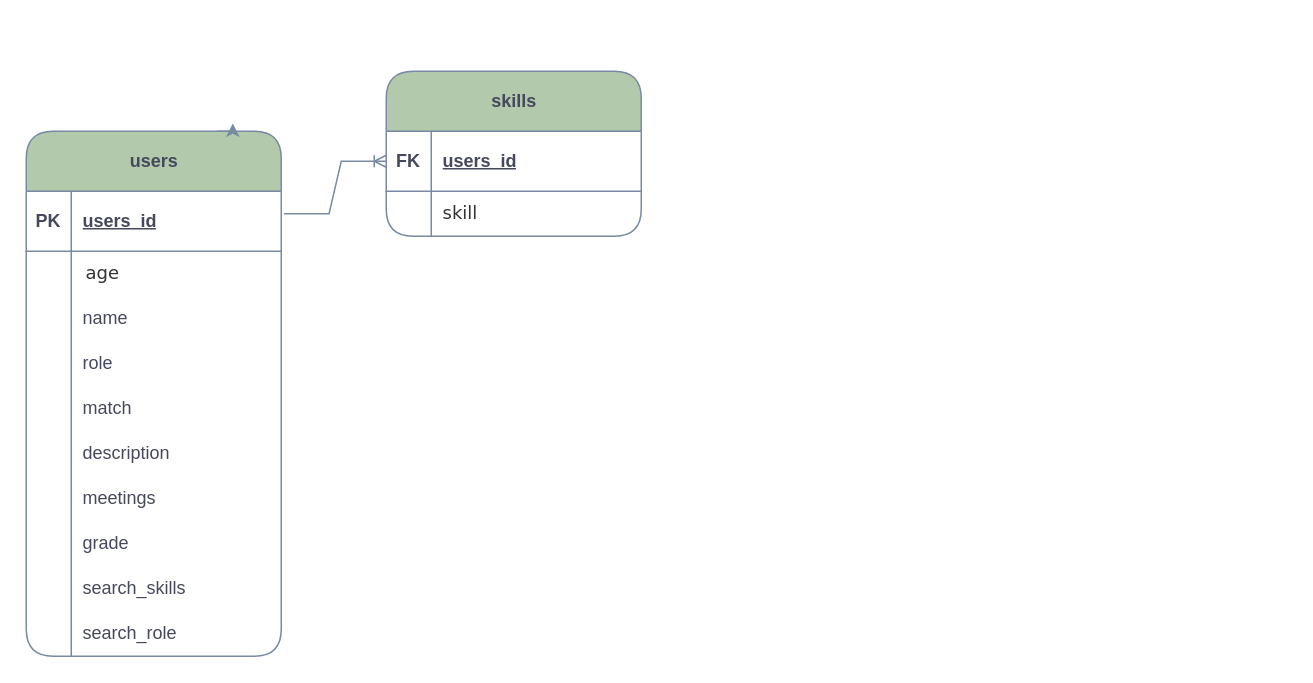
Earlier version of the draw.io diagram Диаграмма без названия.drawio (moroshma/random-cofee-bot-for-students). Source tidied: cells renumbered, new cells numbered last; positions are measured from the earlier drawing's top-left corner, leaving out a move shared by most shapes. Both pictures are drawn from the tidied source at 150%, with x=0, y=0 at pixel (26, 70).
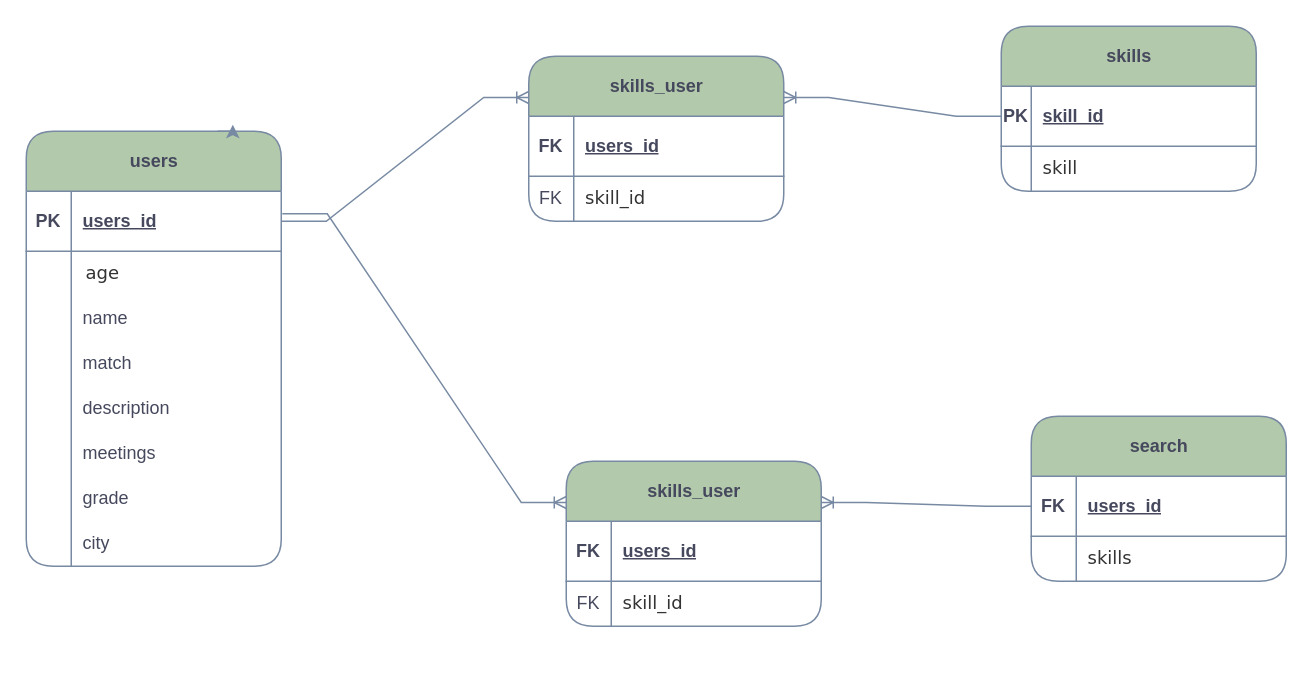
Above is the later version.

Commit message:
добавлена связь n:m.drawio

Unchanged cells that the change refers to:
```xml
<mxCell id="3" style="shape=tableRow;horizontal=0;startSize=0;swimlaneHead=0;swimlaneBody=0;fillColor=none;points=[[0,0.5],[1,0.5]];portConstraint=eastwest;top=0;left=0;right=0;bottom=1;rounded=1;labelBackgroundColor=none;strokeColor=#788AA3;fontColor=#46495D;" parent="2" vertex="1">
  <mxGeometry y="40" width="170" height="40" as="geometry" />
</mxCell>
<mxCell id="34" style="shape=tableRow;horizontal=0;startSize=0;swimlaneHead=0;swimlaneBody=0;fillColor=none;points=[[0,0.5],[1,0.5]];portConstraint=eastwest;top=0;left=0;right=0;bottom=1;rounded=1;labelBackgroundColor=none;strokeColor=#788AA3;fontColor=#46495D;" parent="33" vertex="1">
  <mxGeometry y="40" width="170" height="40" as="geometry" />
</mxCell>
<mxCell id="37" style="shape=tableRow;horizontal=0;startSize=0;swimlaneHead=0;swimlaneBody=0;fillColor=none;top=0;left=0;right=0;bottom=0;rounded=1;labelBackgroundColor=none;strokeColor=#788AA3;fontColor=#46495D;" parent="33" vertex="1">
  <mxGeometry y="80" width="170" height="30" as="geometry" />
</mxCell>
```

The edit, as a diff of the source:
```diff
@@
     <mxCell id="2" value="users" style="shape=table;startSize=40;childLayout=tableLayout;rowLines=0;fontStyle=1;align=center;html=1;rounded=1;labelBackgroundColor=none;fillColor=#B2C9AB;strokeColor=#788AA3;fontColor=#46495D;" parent="1" vertex="1">
-      <mxGeometry y="40" width="170" height="350" as="geometry" />
+      <mxGeometry y="40" width="170" height="290" as="geometry" />
     </mxCell>
@@
-    <mxCell id="12" style="shape=tableRow;horizontal=0;startSize=0;swimlaneHead=0;swimlaneBody=0;fillColor=none;top=0;left=0;right=0;bottom=0;rounded=1;labelBackgroundColor=none;strokeColor=#788AA3;fontColor=#46495D;" parent="2" vertex="1">
-      <mxGeometry y="140" width="170" height="30" as="geometry" />
-    </mxCell>
-    <mxCell id="13" style="shape=partialRectangle;fillColor=none;top=0;left=0;bottom=0;right=0;overflow=hidden;whiteSpace=wrap;html=1;rounded=1;labelBackgroundColor=none;strokeColor=#788AA3;fontColor=#46495D;" parent="12" vertex="1">
-      <mxGeometry width="30" height="30" as="geometry" />
-    </mxCell>
-    <mxCell id="14" value="role" style="shape=partialRectangle;fillColor=none;top=0;left=0;bottom=0;right=0;align=left;spacingLeft=6;overflow=hidden;whiteSpace=wrap;html=1;rounded=1;labelBackgroundColor=none;strokeColor=#788AA3;fontColor=#46495D;" parent="12" vertex="1">
-      <mxGeometry x="30" width="140" height="30" as="geometry" />
-    </mxCell>
     <mxCell id="15" style="shape=tableRow;horizontal=0;startSize=0;swimlaneHead=0;swimlaneBody=0;fillColor=none;top=0;left=0;right=0;bottom=0;rounded=1;labelBackgroundColor=none;strokeColor=#788AA3;fontColor=#46495D;" parent="2" vertex="1">
-      <mxGeometry y="170" width="170" height="30" as="geometry" />
+      <mxGeometry y="140" width="170" height="30" as="geometry" />
     </mxCell>
@@
     <mxCell id="18" style="shape=tableRow;horizontal=0;startSize=0;swimlaneHead=0;swimlaneBody=0;fillColor=none;top=0;left=0;right=0;bottom=0;rounded=1;labelBackgroundColor=none;strokeColor=#788AA3;fontColor=#46495D;" parent="2" vertex="1">
-      <mxGeometry y="200" width="170" height="30" as="geometry" />
+      <mxGeometry y="170" width="170" height="30" as="geometry" />
     </mxCell>
@@
     <mxCell id="21" style="shape=tableRow;horizontal=0;startSize=0;swimlaneHead=0;swimlaneBody=0;fillColor=none;top=0;left=0;right=0;bottom=0;rounded=1;labelBackgroundColor=none;strokeColor=#788AA3;fontColor=#46495D;" parent="2" vertex="1">
-      <mxGeometry y="230" width="170" height="30" as="geometry" />
+      <mxGeometry y="200" width="170" height="30" as="geometry" />
     </mxCell>
@@
     <mxCell id="24" style="shape=tableRow;horizontal=0;startSize=0;swimlaneHead=0;swimlaneBody=0;fillColor=none;top=0;left=0;right=0;bottom=0;rounded=1;labelBackgroundColor=none;strokeColor=#788AA3;fontColor=#46495D;" parent="2" vertex="1">
-      <mxGeometry y="260" width="170" height="30" as="geometry" />
+      <mxGeometry y="230" width="170" height="30" as="geometry" />
     </mxCell>
@@
-    <mxCell id="27" style="shape=tableRow;horizontal=0;startSize=0;swimlaneHead=0;swimlaneBody=0;fillColor=none;top=0;left=0;right=0;bottom=0;rounded=1;labelBackgroundColor=none;strokeColor=#788AA3;fontColor=#46495D;" parent="2" vertex="1">
-      <mxGeometry y="290" width="170" height="30" as="geometry" />
-    </mxCell>
-    <mxCell id="28" style="shape=partialRectangle;fillColor=none;top=0;left=0;bottom=0;right=0;overflow=hidden;whiteSpace=wrap;html=1;rounded=1;labelBackgroundColor=none;strokeColor=#788AA3;fontColor=#46495D;" parent="27" vertex="1">
-      <mxGeometry width="30" height="30" as="geometry" />
-    </mxCell>
-    <mxCell id="29" value="search_skills" style="shape=partialRectangle;fillColor=none;top=0;left=0;bottom=0;right=0;align=left;spacingLeft=6;overflow=hidden;whiteSpace=wrap;html=1;rounded=1;labelBackgroundColor=none;strokeColor=#788AA3;fontColor=#46495D;" parent="27" vertex="1">
-      <mxGeometry x="30" width="140" height="30" as="geometry" />
-    </mxCell>
-    <mxCell id="30" style="shape=tableRow;horizontal=0;startSize=0;swimlaneHead=0;swimlaneBody=0;fillColor=none;top=0;left=0;right=0;bottom=0;rounded=1;labelBackgroundColor=none;strokeColor=#788AA3;fontColor=#46495D;" parent="2" vertex="1">
-      <mxGeometry y="320" width="170" height="30" as="geometry" />
-    </mxCell>
-    <mxCell id="31" style="shape=partialRectangle;fillColor=none;top=0;left=0;bottom=0;right=0;overflow=hidden;whiteSpace=wrap;html=1;rounded=1;labelBackgroundColor=none;strokeColor=#788AA3;fontColor=#46495D;" parent="30" vertex="1">
-      <mxGeometry width="30" height="30" as="geometry" />
-    </mxCell>
-    <mxCell id="32" value="search_role" style="shape=partialRectangle;fillColor=none;top=0;left=0;bottom=0;right=0;align=left;spacingLeft=6;overflow=hidden;whiteSpace=wrap;html=1;rounded=1;labelBackgroundColor=none;strokeColor=#788AA3;fontColor=#46495D;" parent="30" vertex="1">
-      <mxGeometry x="30" width="140" height="30" as="geometry" />
-    </mxCell>
+    <mxCell id="42" style="shape=tableRow;horizontal=0;startSize=0;swimlaneHead=0;swimlaneBody=0;fillColor=none;top=0;left=0;right=0;bottom=0;rounded=1;labelBackgroundColor=none;strokeColor=#788AA3;fontColor=#46495D;" parent="2" vertex="1">
+      <mxGeometry y="260" width="170" height="30" as="geometry" />
+    </mxCell>
+    <mxCell id="43" style="shape=partialRectangle;fillColor=none;top=0;left=0;bottom=0;right=0;overflow=hidden;whiteSpace=wrap;html=1;rounded=1;labelBackgroundColor=none;strokeColor=#788AA3;fontColor=#46495D;" parent="42" vertex="1">
+      <mxGeometry width="30" height="30" as="geometry" />
+    </mxCell>
+    <mxCell id="44" value="city" style="shape=partialRectangle;fillColor=none;top=0;left=0;bottom=0;right=0;align=left;spacingLeft=6;overflow=hidden;whiteSpace=wrap;html=1;rounded=1;labelBackgroundColor=none;strokeColor=#788AA3;fontColor=#46495D;" parent="42" vertex="1">
+      <mxGeometry x="30" width="140" height="30" as="geometry" />
+    </mxCell>
     <mxCell id="33" value="skills" style="shape=table;startSize=40;childLayout=tableLayout;rowLines=0;fontStyle=1;align=center;html=1;rounded=1;labelBackgroundColor=none;fillColor=#B2C9AB;strokeColor=#788AA3;fontColor=#46495D;" parent="1" vertex="1">
-      <mxGeometry x="240" width="170" height="110" as="geometry" />
+      <mxGeometry x="650" y="-30" width="170" height="110" as="geometry" />
     </mxCell>
@@
-    <mxCell id="35" value="FK" style="shape=partialRectangle;fillColor=none;top=0;left=0;bottom=0;right=0;fontStyle=1;overflow=hidden;whiteSpace=wrap;html=1;rounded=1;labelBackgroundColor=none;strokeColor=#788AA3;fontColor=#46495D;" parent="34" vertex="1">
-      <mxGeometry width="30" height="40" as="geometry" />
+    <mxCell id="35" value="PK" style="shape=partialRectangle;fillColor=none;top=0;left=0;bottom=0;right=0;fontStyle=1;overflow=hidden;whiteSpace=wrap;html=1;rounded=1;labelBackgroundColor=none;strokeColor=#788AA3;fontColor=#46495D;" parent="34" vertex="1">
+      <mxGeometry width="20" height="40" as="geometry" />
     </mxCell>
-    <mxCell id="36" value="users_id" style="shape=partialRectangle;fillColor=none;top=0;left=0;bottom=0;right=0;align=left;spacingLeft=6;fontStyle=5;overflow=hidden;whiteSpace=wrap;html=1;rounded=1;labelBackgroundColor=none;strokeColor=#788AA3;fontColor=#46495D;" parent="34" vertex="1">
-      <mxGeometry x="30" width="140" height="40" as="geometry" />
+    <mxCell id="36" value="skill_id" style="shape=partialRectangle;fillColor=none;top=0;left=0;bottom=0;right=0;align=left;spacingLeft=6;fontStyle=5;overflow=hidden;whiteSpace=wrap;html=1;rounded=1;labelBackgroundColor=none;strokeColor=#788AA3;fontColor=#46495D;" parent="34" vertex="1">
+      <mxGeometry x="20" width="150" height="40" as="geometry" />
     </mxCell>
@@
     <mxCell id="38" style="shape=partialRectangle;fillColor=none;top=0;left=0;bottom=0;right=0;overflow=hidden;whiteSpace=wrap;html=1;rounded=1;labelBackgroundColor=none;strokeColor=#788AA3;fontColor=#46495D;" parent="37" vertex="1">
-      <mxGeometry width="30" height="30" as="geometry" />
+      <mxGeometry width="20" height="30" as="geometry" />
     </mxCell>
     <mxCell id="39" value="&lt;font face=&quot;Verdana&quot; color=&quot;#333333&quot;&gt;skill&lt;/font&gt;" style="shape=partialRectangle;fillColor=none;top=0;left=0;bottom=0;right=0;align=left;spacingLeft=6;overflow=hidden;whiteSpace=wrap;html=1;rounded=1;labelBackgroundColor=none;strokeColor=#788AA3;fontColor=#46495D;" parent="37" vertex="1">
-      <mxGeometry x="30" width="140" height="30" as="geometry" />
+      <mxGeometry x="20" width="150" height="30" as="geometry" />
     </mxCell>
-    <mxCell id="40" style="edgeStyle=entityRelationEdgeStyle;fontSize=12;html=1;endArrow=ERoneToMany;rounded=0;strokeColor=#788AA3;fontColor=#46495D;fillColor=#B2C9AB;exitX=1.011;exitY=0.375;exitDx=0;exitDy=0;exitPerimeter=0;entryX=0;entryY=0.5;entryDx=0;entryDy=0;" parent="1" edge="1" source="3" target="34">
-      <mxGeometry relative="1" as="geometry" />
-    </mxCell>
+    <mxCell id="45" value="search" style="shape=table;startSize=40;childLayout=tableLayout;rowLines=0;fontStyle=1;align=center;html=1;rounded=1;labelBackgroundColor=none;fillColor=#B2C9AB;strokeColor=#788AA3;fontColor=#46495D;direction=east;" parent="1" vertex="1">
+      <mxGeometry x="670" y="230" width="170" height="110" as="geometry" />
+    </mxCell>
+    <mxCell id="46" style="shape=tableRow;horizontal=0;startSize=0;swimlaneHead=0;swimlaneBody=0;fillColor=none;points=[[0,0.5],[1,0.5]];portConstraint=eastwest;top=0;left=0;right=0;bottom=1;rounded=1;labelBackgroundColor=none;strokeColor=#788AA3;fontColor=#46495D;" parent="45" vertex="1">
+      <mxGeometry y="40" width="170" height="40" as="geometry" />
+    </mxCell>
+    <mxCell id="47" value="FK" style="shape=partialRectangle;fillColor=none;top=0;left=0;bottom=0;right=0;fontStyle=1;overflow=hidden;whiteSpace=wrap;html=1;rounded=1;labelBackgroundColor=none;strokeColor=#788AA3;fontColor=#46495D;" parent="46" vertex="1">
+      <mxGeometry width="30" height="40" as="geometry" />
+    </mxCell>
+    <mxCell id="48" value="users_id" style="shape=partialRectangle;fillColor=none;top=0;left=0;bottom=0;right=0;align=left;spacingLeft=6;fontStyle=5;overflow=hidden;whiteSpace=wrap;html=1;rounded=1;labelBackgroundColor=none;strokeColor=#788AA3;fontColor=#46495D;" parent="46" vertex="1">
+      <mxGeometry x="30" width="140" height="40" as="geometry" />
+    </mxCell>
+    <mxCell id="49" style="shape=tableRow;horizontal=0;startSize=0;swimlaneHead=0;swimlaneBody=0;fillColor=none;top=0;left=0;right=0;bottom=0;rounded=1;labelBackgroundColor=none;strokeColor=#788AA3;fontColor=#46495D;" parent="45" vertex="1">
+      <mxGeometry y="80" width="170" height="30" as="geometry" />
+    </mxCell>
+    <mxCell id="50" style="shape=partialRectangle;fillColor=none;top=0;left=0;bottom=0;right=0;overflow=hidden;whiteSpace=wrap;html=1;rounded=1;labelBackgroundColor=none;strokeColor=#788AA3;fontColor=#46495D;" parent="49" vertex="1">
+      <mxGeometry width="30" height="30" as="geometry" />
+    </mxCell>
+    <mxCell id="51" value="&lt;font face=&quot;Verdana&quot; color=&quot;#333333&quot;&gt;skills&lt;/font&gt;" style="shape=partialRectangle;fillColor=none;top=0;left=0;bottom=0;right=0;align=left;spacingLeft=6;overflow=hidden;whiteSpace=wrap;html=1;rounded=1;labelBackgroundColor=none;strokeColor=#788AA3;fontColor=#46495D;" parent="49" vertex="1">
+      <mxGeometry x="30" width="140" height="30" as="geometry" />
+    </mxCell>
+    <mxCell id="52" style="edgeStyle=entityRelationEdgeStyle;fontSize=12;html=1;endArrow=ERoneToMany;rounded=0;strokeColor=#788AA3;fontColor=#46495D;fillColor=#B2C9AB;exitX=1.004;exitY=0.375;exitDx=0;exitDy=0;exitPerimeter=0;entryX=0;entryY=0.25;entryDx=0;entryDy=0;" parent="1" edge="1" source="3" target="62">
+      <mxGeometry relative="1" as="geometry" />
+    </mxCell>
@@
+    <mxCell id="53" value="skills_user" style="shape=table;startSize=40;childLayout=tableLayout;rowLines=0;fontStyle=1;align=center;html=1;rounded=1;labelBackgroundColor=none;fillColor=#B2C9AB;strokeColor=#788AA3;fontColor=#46495D;" parent="1" vertex="1">
+      <mxGeometry x="335" y="-10" width="170" height="110" as="geometry" />
+    </mxCell>
+    <mxCell id="54" style="shape=tableRow;horizontal=0;startSize=0;swimlaneHead=0;swimlaneBody=0;fillColor=none;top=0;left=0;right=0;bottom=1;rounded=1;labelBackgroundColor=none;strokeColor=#788AA3;fontColor=#46495D;" parent="53" vertex="1">
+      <mxGeometry y="40" width="170" height="40" as="geometry" />
+    </mxCell>
+    <mxCell id="55" value="FK" style="shape=partialRectangle;fillColor=none;top=0;left=0;bottom=0;right=0;fontStyle=1;overflow=hidden;whiteSpace=wrap;html=1;rounded=1;labelBackgroundColor=none;strokeColor=#788AA3;fontColor=#46495D;" parent="54" vertex="1">
+      <mxGeometry width="30" height="40" as="geometry" />
+    </mxCell>
+    <mxCell id="56" value="users_id" style="shape=partialRectangle;fillColor=none;top=0;left=0;bottom=0;right=0;align=left;spacingLeft=6;fontStyle=5;overflow=hidden;whiteSpace=wrap;html=1;rounded=1;labelBackgroundColor=none;strokeColor=#788AA3;fontColor=#46495D;" parent="54" vertex="1">
+      <mxGeometry x="30" width="140" height="40" as="geometry" />
+    </mxCell>
+    <mxCell id="57" style="shape=tableRow;horizontal=0;startSize=0;swimlaneHead=0;swimlaneBody=0;fillColor=none;top=0;left=0;right=0;bottom=0;rounded=1;labelBackgroundColor=none;strokeColor=#788AA3;fontColor=#46495D;" parent="53" vertex="1">
+      <mxGeometry y="80" width="170" height="30" as="geometry" />
+    </mxCell>
+    <mxCell id="58" value="FK" style="shape=partialRectangle;fillColor=none;top=0;left=0;bottom=0;right=0;overflow=hidden;whiteSpace=wrap;html=1;rounded=1;labelBackgroundColor=none;strokeColor=#788AA3;fontColor=#46495D;" parent="57" vertex="1">
+      <mxGeometry width="30" height="30" as="geometry" />
+    </mxCell>
+    <mxCell id="59" value="&lt;font face=&quot;Verdana&quot; color=&quot;#333333&quot;&gt;skill_id&lt;/font&gt;" style="shape=partialRectangle;fillColor=none;top=0;left=0;bottom=0;right=0;align=left;spacingLeft=6;overflow=hidden;whiteSpace=wrap;html=1;rounded=1;labelBackgroundColor=none;strokeColor=#788AA3;fontColor=#46495D;" parent="57" vertex="1">
+      <mxGeometry x="30" width="140" height="30" as="geometry" />
+    </mxCell>
+    <mxCell id="60" style="edgeStyle=entityRelationEdgeStyle;fontSize=12;html=1;endArrow=ERoneToMany;rounded=0;strokeColor=#788AA3;fontColor=#46495D;fillColor=#B2C9AB;entryX=0;entryY=0.25;entryDx=0;entryDy=0;exitX=1;exitY=0.5;exitDx=0;exitDy=0;" parent="1" edge="1" source="3" target="53">
+      <mxGeometry relative="1" as="geometry" />
+    </mxCell>
+    <mxCell id="61" style="edgeStyle=entityRelationEdgeStyle;fontSize=12;html=1;endArrow=ERoneToMany;rounded=0;strokeColor=#788AA3;fontColor=#46495D;fillColor=#B2C9AB;entryX=1;entryY=0.25;entryDx=0;entryDy=0;exitX=0;exitY=0.5;exitDx=0;exitDy=0;" parent="1" edge="1" source="34" target="53">
+      <mxGeometry relative="1" as="geometry" />
+    </mxCell>
+    <mxCell id="62" value="skills_user" style="shape=table;startSize=40;childLayout=tableLayout;rowLines=0;fontStyle=1;align=center;html=1;rounded=1;labelBackgroundColor=none;fillColor=#B2C9AB;strokeColor=#788AA3;fontColor=#46495D;" parent="1" vertex="1">
+      <mxGeometry x="360" y="260" width="170" height="110" as="geometry" />
+    </mxCell>
+    <mxCell id="63" style="shape=tableRow;horizontal=0;startSize=0;swimlaneHead=0;swimlaneBody=0;fillColor=none;top=0;left=0;right=0;bottom=1;rounded=1;labelBackgroundColor=none;strokeColor=#788AA3;fontColor=#46495D;" parent="62" vertex="1">
+      <mxGeometry y="40" width="170" height="40" as="geometry" />
+    </mxCell>
+    <mxCell id="64" value="FK" style="shape=partialRectangle;fillColor=none;top=0;left=0;bottom=0;right=0;fontStyle=1;overflow=hidden;whiteSpace=wrap;html=1;rounded=1;labelBackgroundColor=none;strokeColor=#788AA3;fontColor=#46495D;" parent="63" vertex="1">
+      <mxGeometry width="30" height="40" as="geometry" />
+    </mxCell>
+    <mxCell id="65" value="users_id" style="shape=partialRectangle;fillColor=none;top=0;left=0;bottom=0;right=0;align=left;spacingLeft=6;fontStyle=5;overflow=hidden;whiteSpace=wrap;html=1;rounded=1;labelBackgroundColor=none;strokeColor=#788AA3;fontColor=#46495D;" parent="63" vertex="1">
+      <mxGeometry x="30" width="140" height="40" as="geometry" />
+    </mxCell>
+    <mxCell id="66" style="shape=tableRow;horizontal=0;startSize=0;swimlaneHead=0;swimlaneBody=0;fillColor=none;top=0;left=0;right=0;bottom=0;rounded=1;labelBackgroundColor=none;strokeColor=#788AA3;fontColor=#46495D;" parent="62" vertex="1">
+      <mxGeometry y="80" width="170" height="30" as="geometry" />
+    </mxCell>
+    <mxCell id="67" value="FK" style="shape=partialRectangle;fillColor=none;top=0;left=0;bottom=0;right=0;overflow=hidden;whiteSpace=wrap;html=1;rounded=1;labelBackgroundColor=none;strokeColor=#788AA3;fontColor=#46495D;" parent="66" vertex="1">
+      <mxGeometry width="30" height="30" as="geometry" />
+    </mxCell>
+    <mxCell id="68" value="&lt;font face=&quot;Verdana&quot; color=&quot;#333333&quot;&gt;skill_id&lt;/font&gt;" style="shape=partialRectangle;fillColor=none;top=0;left=0;bottom=0;right=0;align=left;spacingLeft=6;overflow=hidden;whiteSpace=wrap;html=1;rounded=1;labelBackgroundColor=none;strokeColor=#788AA3;fontColor=#46495D;" parent="66" vertex="1">
+      <mxGeometry x="30" width="140" height="30" as="geometry" />
+    </mxCell>
+    <mxCell id="69" style="edgeStyle=entityRelationEdgeStyle;fontSize=12;html=1;endArrow=ERoneToMany;rounded=0;strokeColor=#788AA3;fontColor=#46495D;fillColor=#B2C9AB;entryX=1;entryY=0.25;entryDx=0;entryDy=0;exitX=0;exitY=0.5;exitDx=0;exitDy=0;" parent="1" edge="1" source="46" target="62">
+      <mxGeometry relative="1" as="geometry" />
+    </mxCell>
```
